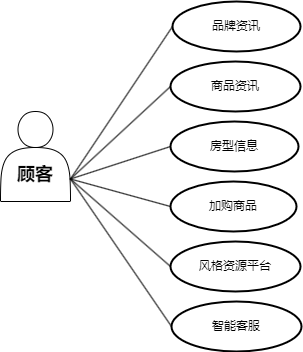
Above: 3.drawio.png in xiyuliu509/microservice-shop (draw.io), before the change. Source tidied: cells renumbered, new cells last; positions are measured from the earlier drawing's top-left corner, leaving out a move shared by most shapes. The source it was exported from:
```xml
<mxGraphModel>
  <root>
    <mxCell id="0" />
    <mxCell id="1" parent="0" />
    <mxCell id="2" value="&lt;h2&gt;顾客&lt;/h2&gt;" style="shape=actor;whiteSpace=wrap;html=1;verticalAlign=bottom;fontStyle=1;fontFamily=Comic Sans MS;rounded=0;" parent="1" vertex="1">
      <mxGeometry y="110" width="70" height="90" as="geometry" />
    </mxCell>
    <mxCell id="3" value="商品资讯" style="strokeWidth=2;html=1;shape=mxgraph.flowchart.start_1;whiteSpace=wrap;rounded=0;" parent="1" vertex="1">
      <mxGeometry x="170" y="60" width="130" height="50" as="geometry" />
    </mxCell>
    <mxCell id="4" style="endArrow=none;html=1;entryX=0;entryY=0.5;entryDx=0;entryDy=0;entryPerimeter=0;exitX=1;exitY=0.75;exitDx=0;exitDy=0;" parent="1" edge="1" source="2" target="3">
      <mxGeometry relative="1" as="geometry" />
    </mxCell>
    <mxCell id="5" value="智能客服" style="strokeWidth=2;html=1;shape=mxgraph.flowchart.start_1;whiteSpace=wrap;rounded=0;" parent="1" vertex="1">
      <mxGeometry x="171" y="300" width="130" height="50" as="geometry" />
    </mxCell>
    <mxCell id="6" value="加购商品" style="strokeWidth=2;html=1;shape=mxgraph.flowchart.start_1;whiteSpace=wrap;rounded=0;" parent="1" vertex="1">
      <mxGeometry x="170" y="180" width="126" height="50" as="geometry" />
    </mxCell>
    <mxCell id="7" style="endArrow=none;html=1;entryX=0;entryY=0.5;entryDx=0;entryDy=0;entryPerimeter=0;exitX=1;exitY=0.75;exitDx=0;exitDy=0;" parent="1" edge="1" source="2" target="6">
      <mxGeometry relative="1" as="geometry" />
    </mxCell>
    <mxCell id="8" style="endArrow=none;html=1;entryX=0;entryY=0.5;entryDx=0;entryDy=0;entryPerimeter=0;exitX=1;exitY=0.75;exitDx=0;exitDy=0;" parent="1" edge="1" source="2" target="10">
      <mxGeometry relative="1" as="geometry" />
    </mxCell>
    <mxCell id="9" style="endArrow=none;html=1;exitX=1;exitY=0.75;exitDx=0;exitDy=0;entryX=0;entryY=0.5;entryDx=0;entryDy=0;entryPerimeter=0;" parent="1" edge="1" source="2" target="5">
      <mxGeometry relative="1" as="geometry" />
    </mxCell>
    <mxCell id="10" value="风格资源平台" style="strokeWidth=2;html=1;shape=mxgraph.flowchart.start_1;whiteSpace=wrap;rounded=0;" parent="1" vertex="1">
      <mxGeometry x="170" y="240" width="130" height="50" as="geometry" />
    </mxCell>
    <mxCell id="11" value="品牌资讯" style="strokeWidth=2;html=1;shape=mxgraph.flowchart.start_1;whiteSpace=wrap;rounded=0;" parent="1" vertex="1">
      <mxGeometry x="172" width="128" height="50" as="geometry" />
    </mxCell>
    <mxCell id="12" value="房型信息" style="strokeWidth=2;html=1;shape=mxgraph.flowchart.start_1;whiteSpace=wrap;rounded=0;" parent="1" vertex="1">
      <mxGeometry x="170" y="120" width="128" height="50" as="geometry" />
    </mxCell>
    <mxCell id="13" style="endArrow=none;html=1;entryX=0;entryY=0.5;entryDx=0;entryDy=0;entryPerimeter=0;exitX=1;exitY=0.75;exitDx=0;exitDy=0;" parent="1" edge="1" source="2" target="11">
      <mxGeometry relative="1" as="geometry" />
    </mxCell>
    <mxCell id="14" style="endArrow=none;html=1;entryX=0;entryY=0.5;entryDx=0;entryDy=0;entryPerimeter=0;exitX=1;exitY=0.75;exitDx=0;exitDy=0;" parent="1" edge="1" source="2" target="12">
      <mxGeometry relative="1" as="geometry" />
    </mxCell>
  </root>
</mxGraphModel>
```
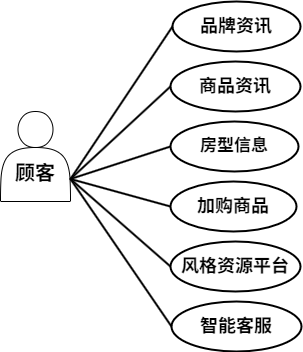
After the commit.

The edit, as a diff of the source:
```diff
@@ -2,43 +2,43 @@
   <root>
     <mxCell id="0" />
     <mxCell id="1" parent="0" />
-    <mxCell id="2" value="&lt;h2&gt;顾客&lt;/h2&gt;" style="shape=actor;whiteSpace=wrap;html=1;verticalAlign=bottom;fontStyle=1;fontFamily=Comic Sans MS;rounded=0;" parent="1" vertex="1">
+    <mxCell id="2" value="&lt;h2&gt;&lt;font style=&quot;font-size: 20px;&quot;&gt;顾客&lt;/font&gt;&lt;/h2&gt;" style="shape=actor;whiteSpace=wrap;html=1;verticalAlign=bottom;fontStyle=1;fontFamily=Comic Sans MS;rounded=0;" parent="1" vertex="1">
       <mxGeometry y="110" width="70" height="90" as="geometry" />
     </mxCell>
-    <mxCell id="3" value="商品资讯" style="strokeWidth=2;html=1;shape=mxgraph.flowchart.start_1;whiteSpace=wrap;rounded=0;" parent="1" vertex="1">
+    <mxCell id="3" value="&lt;font style=&quot;font-size: 18px;&quot;&gt;&lt;b&gt;商品资讯&lt;/b&gt;&lt;/font&gt;" style="strokeWidth=2;html=1;shape=mxgraph.flowchart.start_1;whiteSpace=wrap;rounded=0;" parent="1" vertex="1">
       <mxGeometry x="170" y="60" width="130" height="50" as="geometry" />
     </mxCell>
-    <mxCell id="4" style="endArrow=none;html=1;entryX=0;entryY=0.5;entryDx=0;entryDy=0;entryPerimeter=0;exitX=1;exitY=0.75;exitDx=0;exitDy=0;" parent="1" edge="1" source="2" target="3">
+    <mxCell id="4" style="endArrow=none;html=1;entryX=0;entryY=0.5;entryDx=0;entryDy=0;entryPerimeter=0;exitX=1;exitY=0.75;exitDx=0;exitDy=0;strokeWidth=2;" parent="1" edge="1" source="2" target="3">
       <mxGeometry relative="1" as="geometry" />
     </mxCell>
-    <mxCell id="5" value="智能客服" style="strokeWidth=2;html=1;shape=mxgraph.flowchart.start_1;whiteSpace=wrap;rounded=0;" parent="1" vertex="1">
+    <mxCell id="5" value="&lt;b&gt;&lt;font style=&quot;font-size: 18px;&quot;&gt;智能客服&lt;/font&gt;&lt;/b&gt;" style="strokeWidth=2;html=1;shape=mxgraph.flowchart.start_1;whiteSpace=wrap;rounded=0;" parent="1" vertex="1">
       <mxGeometry x="171" y="300" width="130" height="50" as="geometry" />
     </mxCell>
-    <mxCell id="6" value="加购商品" style="strokeWidth=2;html=1;shape=mxgraph.flowchart.start_1;whiteSpace=wrap;rounded=0;" parent="1" vertex="1">
+    <mxCell id="6" value="&lt;font style=&quot;font-size: 18px;&quot;&gt;&lt;b&gt;加购商品&lt;/b&gt;&lt;/font&gt;" style="strokeWidth=2;html=1;shape=mxgraph.flowchart.start_1;whiteSpace=wrap;rounded=0;" parent="1" vertex="1">
       <mxGeometry x="170" y="180" width="126" height="50" as="geometry" />
     </mxCell>
-    <mxCell id="7" style="endArrow=none;html=1;entryX=0;entryY=0.5;entryDx=0;entryDy=0;entryPerimeter=0;exitX=1;exitY=0.75;exitDx=0;exitDy=0;" parent="1" edge="1" source="2" target="6">
+    <mxCell id="7" style="endArrow=none;html=1;entryX=0;entryY=0.5;entryDx=0;entryDy=0;entryPerimeter=0;exitX=1;exitY=0.75;exitDx=0;exitDy=0;strokeWidth=2;" parent="1" edge="1" source="2" target="6">
       <mxGeometry relative="1" as="geometry" />
     </mxCell>
-    <mxCell id="8" style="endArrow=none;html=1;entryX=0;entryY=0.5;entryDx=0;entryDy=0;entryPerimeter=0;exitX=1;exitY=0.75;exitDx=0;exitDy=0;" parent="1" edge="1" source="2" target="10">
+    <mxCell id="8" style="endArrow=none;html=1;entryX=0;entryY=0.5;entryDx=0;entryDy=0;entryPerimeter=0;exitX=1;exitY=0.75;exitDx=0;exitDy=0;strokeWidth=2;" parent="1" edge="1" source="2" target="10">
       <mxGeometry relative="1" as="geometry" />
     </mxCell>
-    <mxCell id="9" style="endArrow=none;html=1;exitX=1;exitY=0.75;exitDx=0;exitDy=0;entryX=0;entryY=0.5;entryDx=0;entryDy=0;entryPerimeter=0;" parent="1" edge="1" source="2" target="5">
+    <mxCell id="9" style="endArrow=none;html=1;exitX=1;exitY=0.75;exitDx=0;exitDy=0;entryX=0;entryY=0.5;entryDx=0;entryDy=0;entryPerimeter=0;strokeWidth=2;" parent="1" edge="1" source="2" target="5">
       <mxGeometry relative="1" as="geometry" />
     </mxCell>
-    <mxCell id="10" value="风格资源平台" style="strokeWidth=2;html=1;shape=mxgraph.flowchart.start_1;whiteSpace=wrap;rounded=0;" parent="1" vertex="1">
+    <mxCell id="10" value="&lt;b&gt;&lt;font style=&quot;font-size: 18px;&quot;&gt;风格资源平台&lt;/font&gt;&lt;/b&gt;" style="strokeWidth=2;html=1;shape=mxgraph.flowchart.start_1;whiteSpace=wrap;rounded=0;" parent="1" vertex="1">
       <mxGeometry x="170" y="240" width="130" height="50" as="geometry" />
     </mxCell>
-    <mxCell id="11" value="品牌资讯" style="strokeWidth=2;html=1;shape=mxgraph.flowchart.start_1;whiteSpace=wrap;rounded=0;" parent="1" vertex="1">
+    <mxCell id="11" value="&lt;font style=&quot;font-size: 18px;&quot;&gt;&lt;b&gt;品牌资讯&lt;/b&gt;&lt;/font&gt;" style="strokeWidth=2;html=1;shape=mxgraph.flowchart.start_1;whiteSpace=wrap;rounded=0;" parent="1" vertex="1">
       <mxGeometry x="172" width="128" height="50" as="geometry" />
     </mxCell>
-    <mxCell id="12" value="房型信息" style="strokeWidth=2;html=1;shape=mxgraph.flowchart.start_1;whiteSpace=wrap;rounded=0;" parent="1" vertex="1">
+    <mxCell id="12" value="&lt;b&gt;&lt;font style=&quot;font-size: 17px;&quot;&gt;房型信息&lt;/font&gt;&lt;/b&gt;" style="strokeWidth=2;html=1;shape=mxgraph.flowchart.start_1;whiteSpace=wrap;rounded=0;" parent="1" vertex="1">
       <mxGeometry x="170" y="120" width="128" height="50" as="geometry" />
     </mxCell>
-    <mxCell id="13" style="endArrow=none;html=1;entryX=0;entryY=0.5;entryDx=0;entryDy=0;entryPerimeter=0;exitX=1;exitY=0.75;exitDx=0;exitDy=0;" parent="1" edge="1" source="2" target="11">
+    <mxCell id="13" style="endArrow=none;html=1;entryX=0;entryY=0.5;entryDx=0;entryDy=0;entryPerimeter=0;exitX=1;exitY=0.75;exitDx=0;exitDy=0;strokeWidth=2;" parent="1" edge="1" source="2" target="11">
       <mxGeometry relative="1" as="geometry" />
     </mxCell>
-    <mxCell id="14" style="endArrow=none;html=1;entryX=0;entryY=0.5;entryDx=0;entryDy=0;entryPerimeter=0;exitX=1;exitY=0.75;exitDx=0;exitDy=0;" parent="1" edge="1" source="2" target="12">
+    <mxCell id="14" style="endArrow=none;html=1;entryX=0;entryY=0.5;entryDx=0;entryDy=0;entryPerimeter=0;exitX=1;exitY=0.75;exitDx=0;exitDy=0;strokeWidth=2;" parent="1" edge="1" source="2" target="12">
       <mxGeometry relative="1" as="geometry" />
     </mxCell>
   </root>
```
